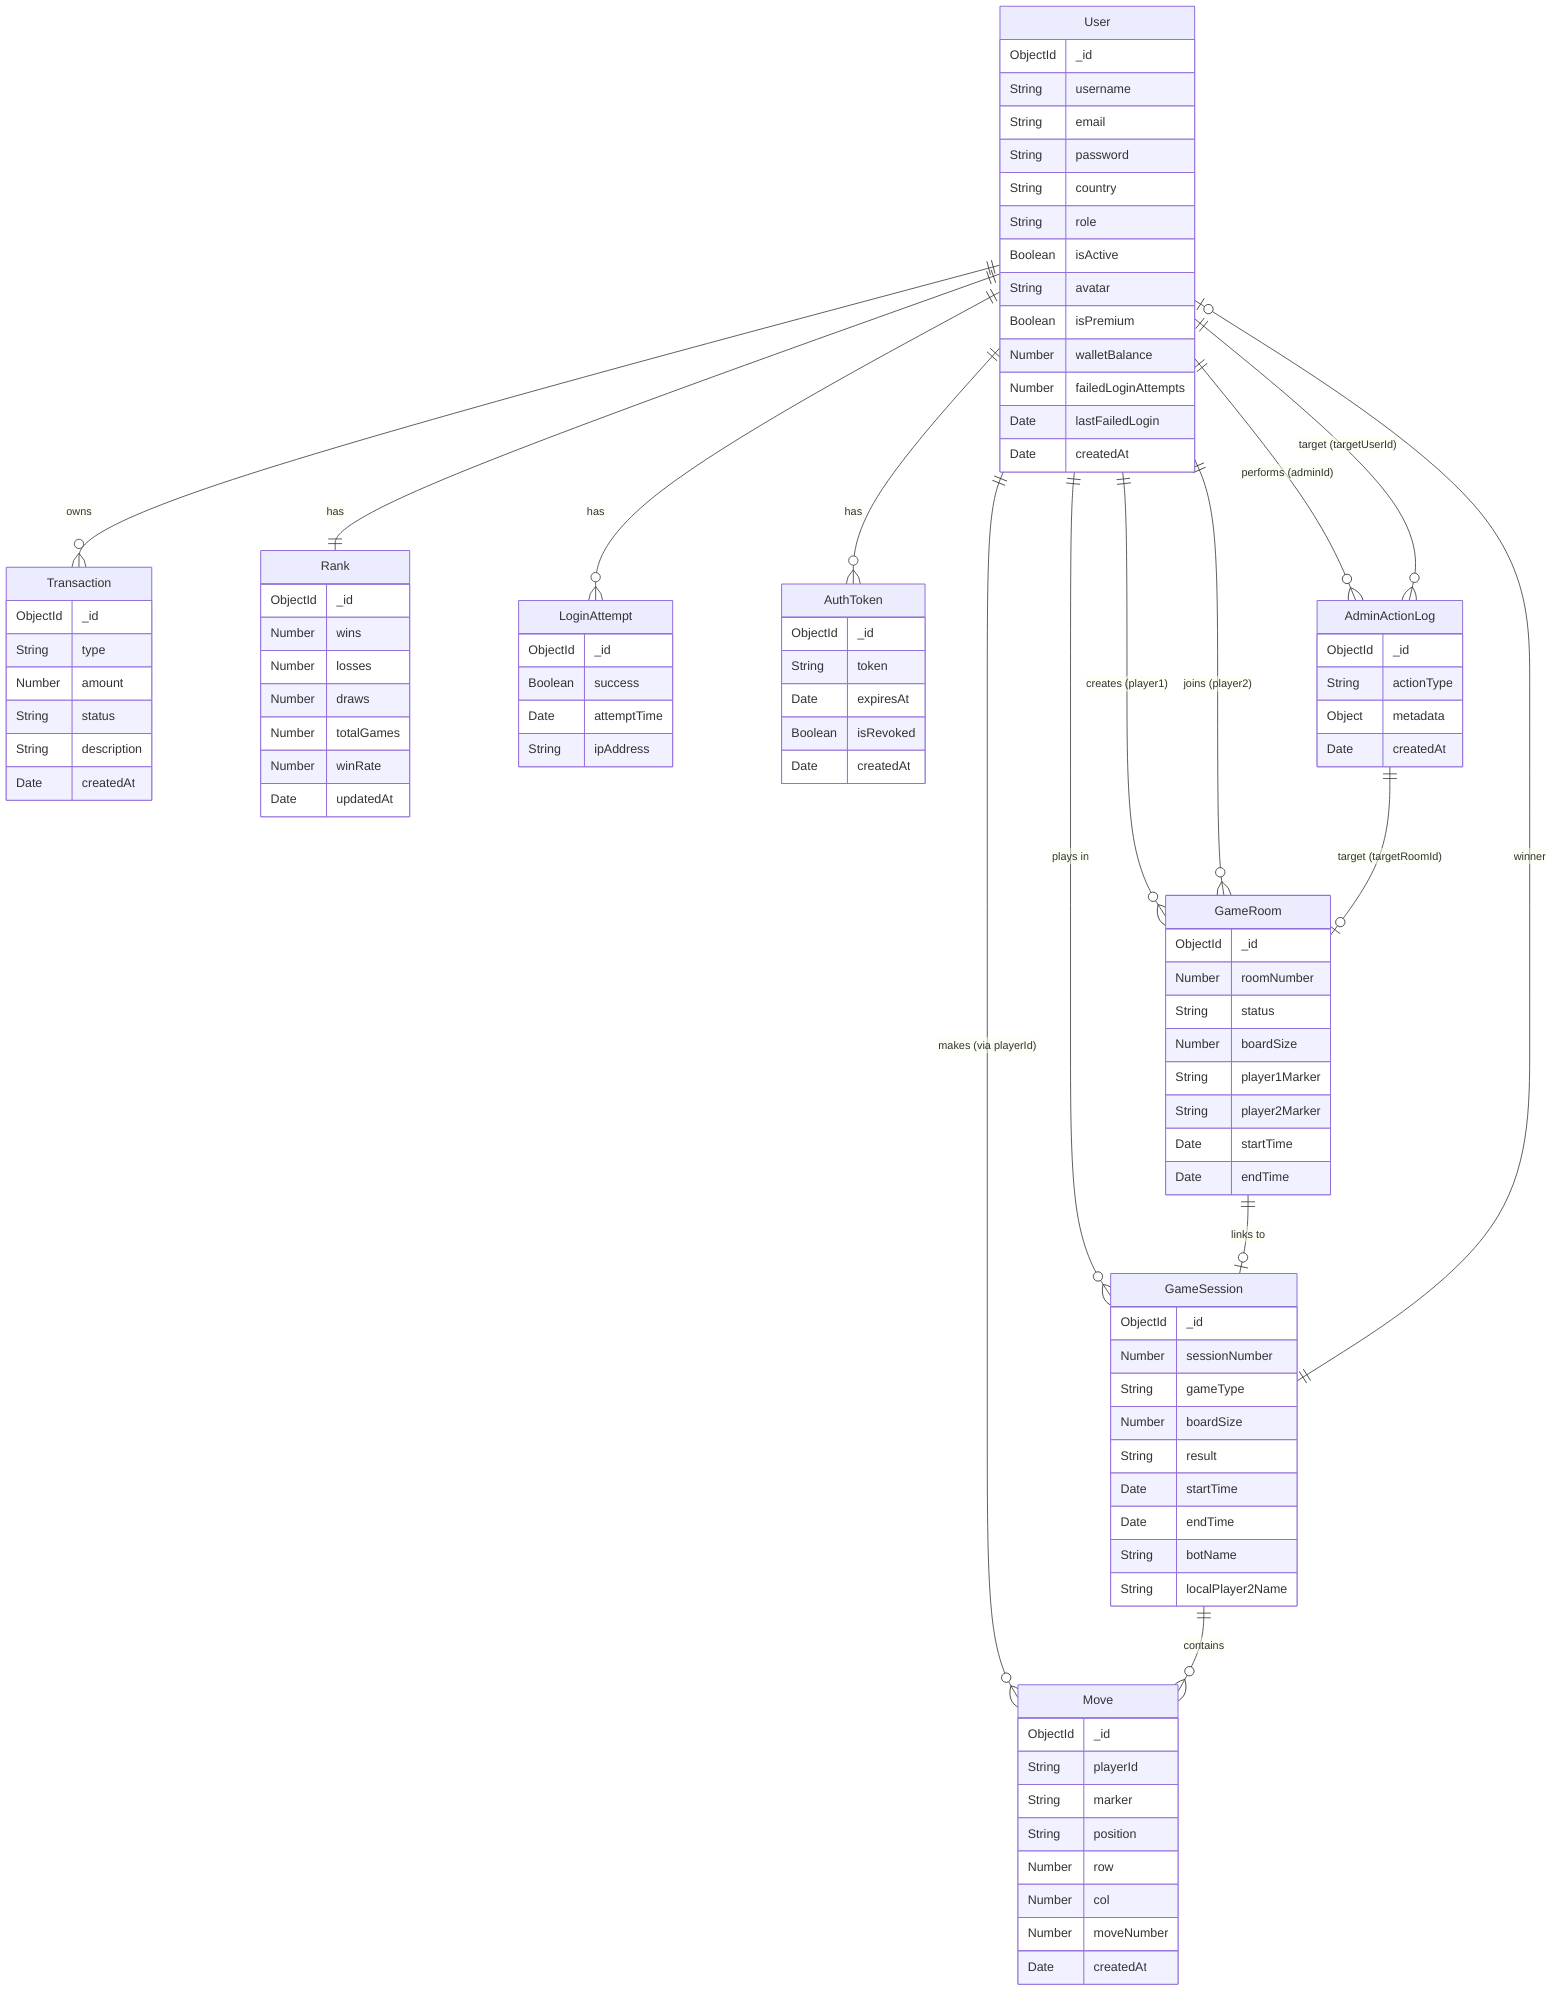
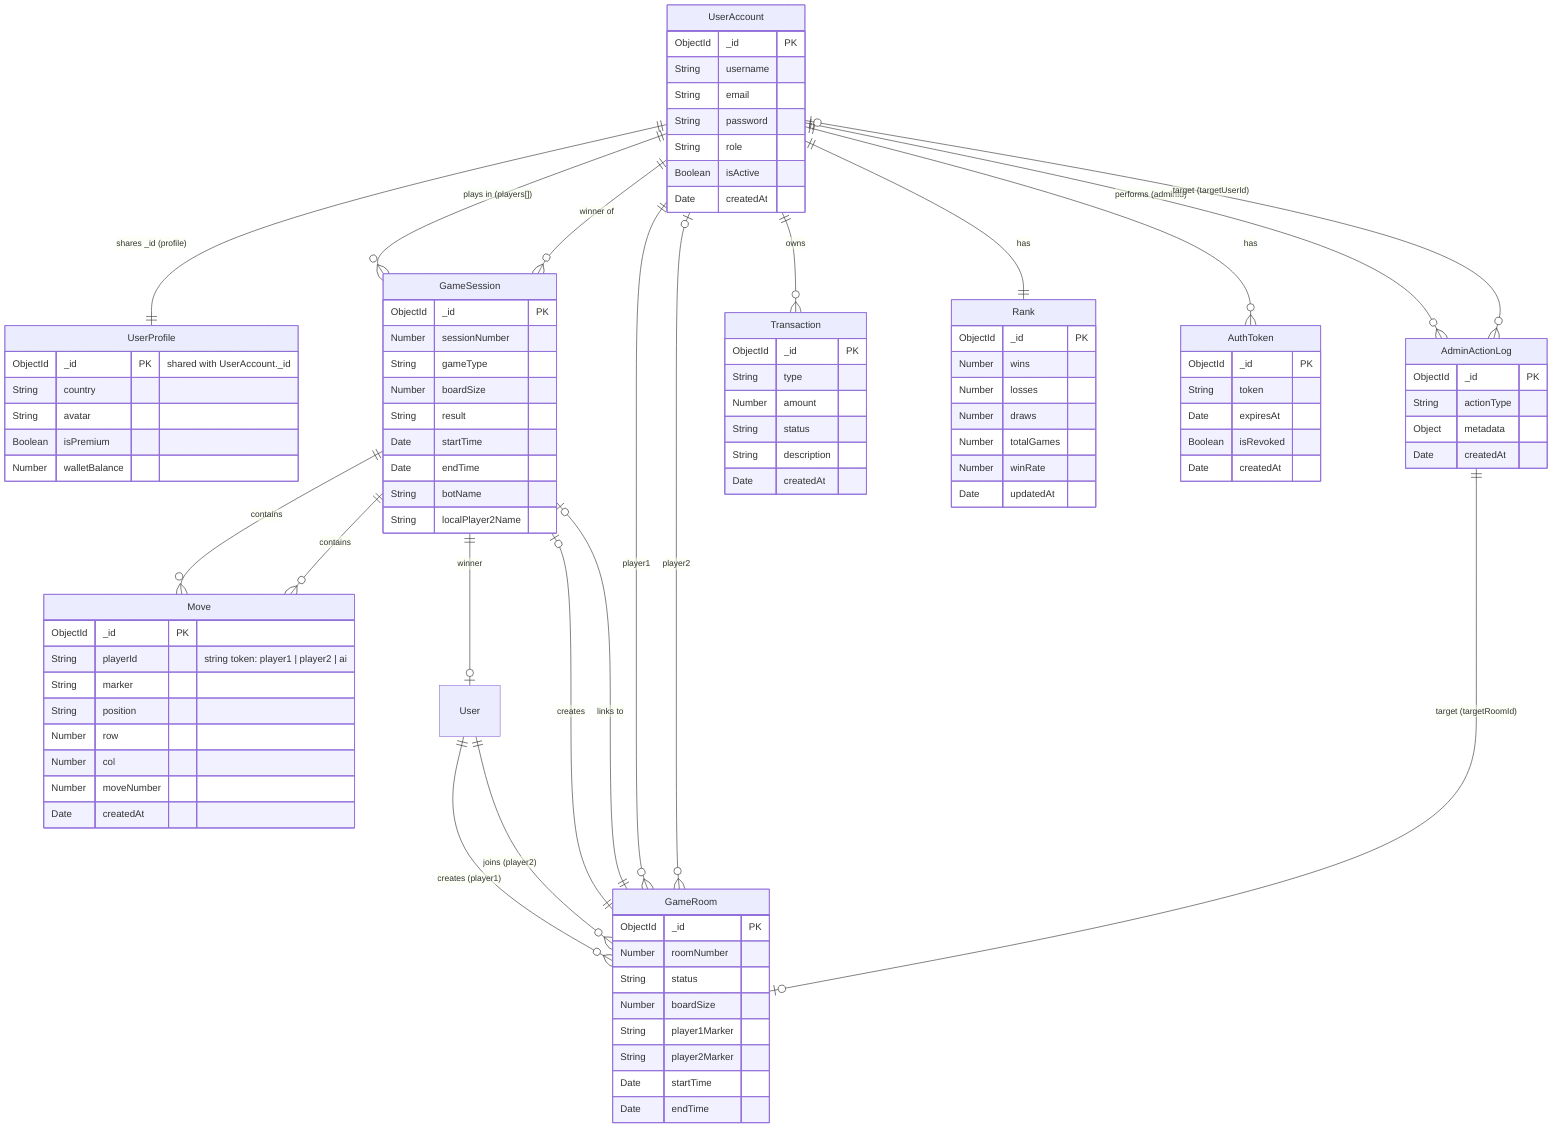
erDiagram
-     User {
-         ObjectId _id
+     UserAccount {
+         ObjectId _id PK
        String username
        String email
        String password
-         String country
        String role
        Boolean isActive
+         Date createdAt
+     }
+ 
+     UserProfile {
+         ObjectId _id PK "shared with UserAccount._id"
+         String country
        String avatar
        Boolean isPremium
        Number walletBalance
-         Number failedLoginAttempts
-         Date lastFailedLogin
-         Date createdAt
    }

    GameSession {
-         ObjectId _id
+         ObjectId _id PK
        Number sessionNumber
        String gameType
        Number boardSize
        String result
        Date startTime
        Date endTime
        String botName
        String localPlayer2Name
    }

    Move {
-         ObjectId _id
-         String playerId
+         ObjectId _id PK
+         String playerId "string token: player1 | player2 | ai"
        String marker
        String position
        Number row
        Number col
        Number moveNumber
        Date createdAt
    }

    GameRoom {
-         ObjectId _id
+         ObjectId _id PK
        Number roomNumber
        String status
        Number boardSize
        String player1Marker
        String player2Marker
        Date startTime
        Date endTime
    }

    Transaction {
-         ObjectId _id
+         ObjectId _id PK
        String type
        Number amount
        String status
        String description
        Date createdAt
    }

    Rank {
-         ObjectId _id
+         ObjectId _id PK
        Number wins
        Number losses
        Number draws
        Number totalGames
        Number winRate
        Date updatedAt
    }

-     LoginAttempt {
-         ObjectId _id
-         Boolean success
-         Date attemptTime
-         String ipAddress
-     }
- 
    AuthToken {
-         ObjectId _id
+         ObjectId _id PK
        String token
        Date expiresAt
        Boolean isRevoked
        Date createdAt
    }

    AdminActionLog {
-         ObjectId _id
+         ObjectId _id PK
        String actionType
        Object metadata
        Date createdAt
    }

-     User ||--o{ GameSession : "plays in"
-     User ||--o{ Move : "makes (via playerId)"
-     User ||--o{ Transaction : "owns"
-     User ||--|| Rank : "has"
-     User ||--o{ LoginAttempt : "has"
-     User ||--o{ AuthToken : "has"
-     User ||--o{ AdminActionLog : "performs (adminId)"
-     User ||--o{ AdminActionLog : "target (targetUserId)"
+     %% UserAccount and UserProfile share the same _id (1-to-1, security split)
+     UserAccount ||--|| UserProfile : "shares _id (profile)"
+ 
+     UserAccount ||--o{ GameSession : "plays in (players[])"
+     UserAccount ||--o{ GameSession : "winner of"
+     GameSession ||--o{ Move : "contains"
+     UserAccount ||--o{ GameRoom : "player1"
+     UserAccount |o--o{ GameRoom : "player2"
+     GameRoom ||--o| GameSession : "creates"
+     UserAccount ||--o{ Transaction : "owns"
+     UserAccount ||--|| Rank : "has"
+     UserAccount ||--o{ AuthToken : "has"
+     UserAccount ||--o{ AdminActionLog : "performs (adminId)"
+     UserAccount |o--o{ AdminActionLog : "target (targetUserId)"
    User ||--o{ GameRoom : "creates (player1)"
    User ||--o{ GameRoom : "joins (player2)"
    GameSession ||--o{ Move : "contains"
    GameSession ||--o| User : "winner"
    GameRoom ||--o| GameSession : "links to"
    AdminActionLog ||--o| GameRoom : "target (targetRoomId)"
